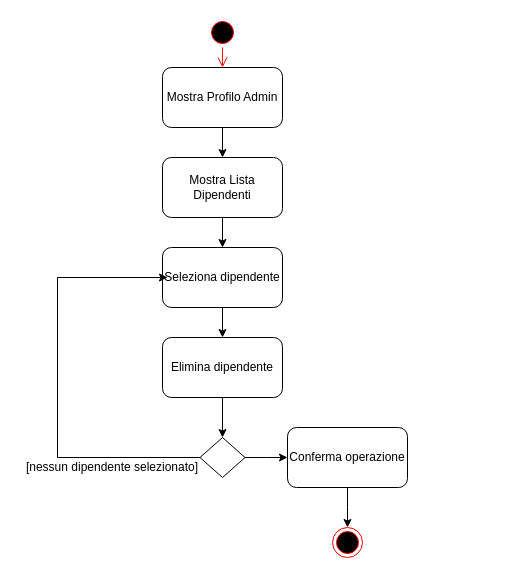
Earlier version of the draw.io diagram Diagrammi_delle_attivita/Modificabili/diagramma_attivita_elimina_dipendente.drawio (fd-col/ProgettoIngegneriaDelSoftware). Source tidied: cells renumbered, new cells numbered last; positions are measured from the earlier drawing's top-left corner, leaving out a move shared by most shapes. Both pictures are drawn from the tidied source at 100%, with x=0, y=0 at pixel (17, 17).
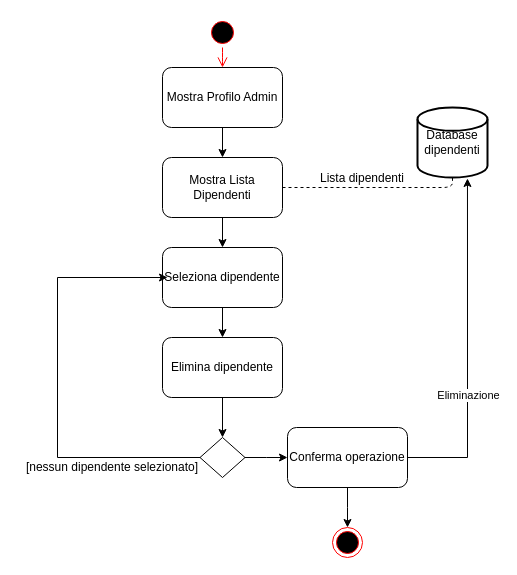
The same page after the edit.

Unchanged cells that the change refers to:
```xml
<mxCell id="7" value="Mostra Lista Dipendenti" style="rounded=1;whiteSpace=wrap;html=1;" parent="1" vertex="1">
  <mxGeometry x="145" y="140" width="120" height="60" as="geometry" />
</mxCell>
<mxCell id="17" value="Conferma operazione" style="rounded=1;whiteSpace=wrap;html=1;" parent="1" vertex="1">
  <mxGeometry x="270" y="410" width="120" height="60" as="geometry" />
</mxCell>
```

What changed in the source:
```diff
@@
+    <mxCell id="19" style="edgeStyle=orthogonalEdgeStyle;rounded=0;jettySize=auto;html=1;entryX=0.714;entryY=1.014;entryDx=0;entryDy=0;entryPerimeter=0;" parent="1" edge="1" source="17" target="21">
+      <mxGeometry relative="1" as="geometry" />
+    </mxCell>
+    <mxCell id="20" value="Eliminazione" style="edgeLabel;html=1;align=center;verticalAlign=middle;" parent="19" vertex="1">
+      <mxGeometry x="-0.28" y="-1" relative="1" as="geometry" />
+    </mxCell>
@@
+    <mxCell id="21" value="Database&lt;br&gt;dipendenti" style="strokeWidth=2;html=1;shape=mxgraph.flowchart.database;whiteSpace=wrap;" parent="1" vertex="1">
+      <mxGeometry x="400" y="90" width="70" height="70" as="geometry" />
+    </mxCell>
+    <mxCell id="22" style="endArrow=none;dashed=1;html=1;exitX=1;exitY=0.5;exitDx=0;exitDy=0;entryX=0.5;entryY=1;entryDx=0;entryDy=0;entryPerimeter=0;" parent="1" edge="1" source="7" target="21">
+      <mxGeometry relative="1" as="geometry">
+        <Array as="points">
+          <mxPoint x="435" y="170" />
+        </Array>
+      </mxGeometry>
+    </mxCell>
+    <mxCell id="23" value="Lista dipendenti" style="text;html=1;strokeColor=none;fillColor=none;align=center;verticalAlign=middle;whiteSpace=wrap;rounded=0;" parent="1" vertex="1">
+      <mxGeometry x="290" y="160" width="110" as="geometry" />
+    </mxCell>
```
